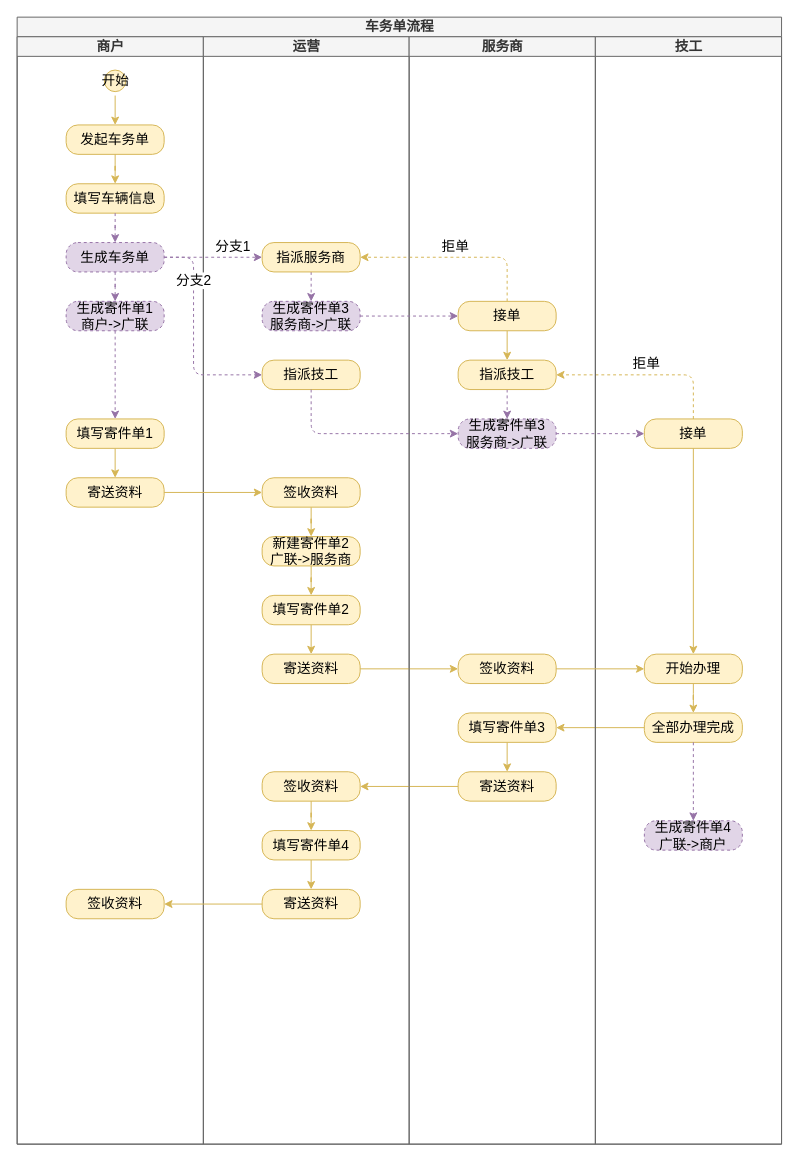
The draw.io diagram page "包活干-2.0.0" (2 of 2) of diagram-bao_huo_gan.drawio in Woobhurk/tyz-pic-repo, before the edit. Source tidied: cells renumbered, new cells numbered last; positions are measured from the earlier drawing's top-left corner, leaving out a move shared by most shapes. Both pictures are drawn from the tidied source at 98%, with x=0, y=0 at pixel (17, 17).
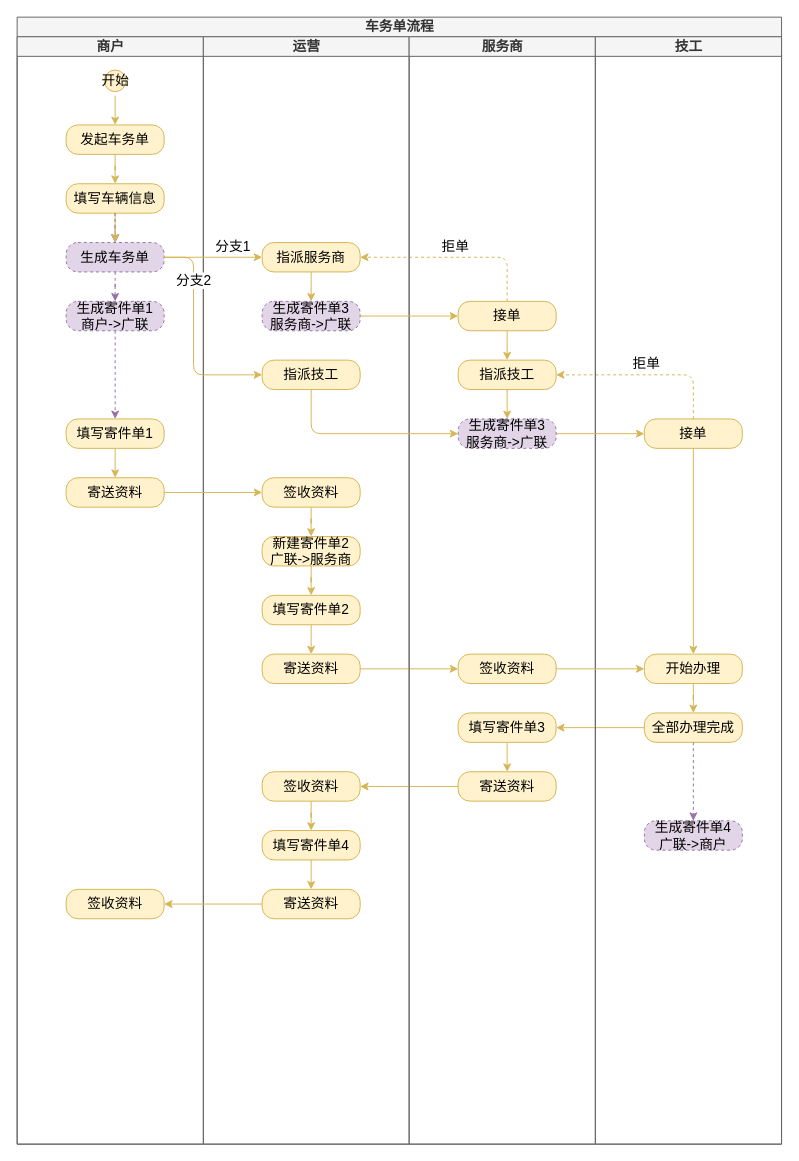
After the change.

Unchanged cells that the change refers to:
```xml
<mxCell id="2" value="车务单流程" style="swimlane;html=1;startSize=20;fontSize=14;fillColor=#f5f5f5;strokeColor=#666666;fontColor=#333333;" parent="1" vertex="1">
  <mxGeometry width="780" height="1150" as="geometry" />
</mxCell>
<mxCell id="10" value="生成车务单" style="rounded=1;whiteSpace=wrap;html=1;arcSize=40;sketch=0;fontSize=14;fillColor=#e1d5e7;strokeColor=#9673a6;dashed=1;" parent="3" vertex="1">
  <mxGeometry x="50" y="210" width="100" height="30" as="geometry" />
</mxCell>
<mxCell id="18" value="运营" style="swimlane;html=1;startSize=20;fontSize=14;fillColor=#f5f5f5;strokeColor=#666666;fontColor=#333333;" parent="2" vertex="1">
  <mxGeometry x="190" y="20" width="210" height="1130" as="geometry" />
</mxCell>
<mxCell id="20" value="指派服务商" style="rounded=1;whiteSpace=wrap;html=1;arcSize=40;sketch=0;fontSize=14;fillColor=#fff2cc;strokeColor=#d6b656;" parent="18" vertex="1">
  <mxGeometry x="60" y="210" width="100" height="30" as="geometry" />
</mxCell>
<mxCell id="21" value="生成寄件单3&lt;br&gt;服务商-&amp;gt;广联" style="whiteSpace=wrap;html=1;rounded=1;fontSize=14;arcSize=40;sketch=0;fillColor=#e1d5e7;strokeColor=#9673a6;dashed=1;" parent="18" vertex="1">
  <mxGeometry x="60" y="270" width="100" height="30" as="geometry" />
</mxCell>
<mxCell id="22" value="指派技工" style="rounded=1;whiteSpace=wrap;html=1;arcSize=40;sketch=0;fontSize=14;fillColor=#fff2cc;strokeColor=#d6b656;" parent="18" vertex="1">
  <mxGeometry x="60" y="330" width="100" height="30" as="geometry" />
</mxCell>
<mxCell id="42" value="服务商" style="swimlane;html=1;startSize=20;fontSize=14;fillColor=#f5f5f5;strokeColor=#666666;fontColor=#333333;" parent="2" vertex="1">
  <mxGeometry x="400" y="20" width="190" height="1130" as="geometry" />
</mxCell>
<mxCell id="44" value="接单" style="whiteSpace=wrap;html=1;rounded=1;fontSize=14;arcSize=40;sketch=0;fillColor=#fff2cc;strokeColor=#d6b656;" parent="42" vertex="1">
  <mxGeometry x="50" y="270" width="100" height="30" as="geometry" />
</mxCell>
<mxCell id="46" value="指派技工" style="whiteSpace=wrap;html=1;rounded=1;fontSize=14;arcSize=40;sketch=0;fillColor=#fff2cc;strokeColor=#d6b656;" parent="42" vertex="1">
  <mxGeometry x="50" y="330" width="100" height="30" as="geometry" />
</mxCell>
<mxCell id="47" value="生成寄件单3&lt;br&gt;服务商-&amp;gt;广联" style="whiteSpace=wrap;html=1;rounded=1;fontSize=14;arcSize=40;sketch=0;fillColor=#e1d5e7;strokeColor=#9673a6;dashed=1;" parent="42" vertex="1">
  <mxGeometry x="50" y="390" width="100" height="30" as="geometry" />
</mxCell>
<mxCell id="53" value="接单" style="whiteSpace=wrap;html=1;rounded=1;fontSize=14;arcSize=40;sketch=0;fillColor=#fff2cc;strokeColor=#d6b656;" parent="52" vertex="1">
  <mxGeometry x="50" y="390" width="100" height="30" as="geometry" />
</mxCell>
```

What changed in the source:
```diff
@@
+    <mxCell id="66" style="edgeStyle=orthogonalEdgeStyle;rounded=1;orthogonalLoop=1;jettySize=auto;html=1;fillColor=#e1d5e7;strokeColor=#9673a6;fontSize=14;verticalAlign=bottom;dashed=1;" parent="2" edge="1">
+      <mxGeometry relative="1" as="geometry">
+        <mxPoint x="100" y="200" as="sourcePoint" />
+        <mxPoint x="100" y="230" as="targetPoint" />
+      </mxGeometry>
+    </mxCell>
+    <mxCell id="67" style="edgeStyle=orthogonalEdgeStyle;rounded=1;orthogonalLoop=1;jettySize=auto;html=1;fillColor=#fff2cc;strokeColor=#d6b656;fontSize=14;verticalAlign=bottom;" parent="2" edge="1">
+      <mxGeometry relative="1" as="geometry">
+        <mxPoint x="100" y="200" as="sourcePoint" />
+        <mxPoint x="100" y="230" as="targetPoint" />
+      </mxGeometry>
+    </mxCell>
@@
-    <mxCell id="19" style="edgeStyle=orthogonalEdgeStyle;rounded=1;jettySize=auto;html=1;exitX=0.5;exitY=1;exitDx=0;exitDy=0;entryX=0.5;entryY=0;entryDx=0;entryDy=0;fillColor=#e1d5e7;strokeColor=#9673a6;fontSize=14;verticalAlign=bottom;dashed=1;" parent="18" edge="1" source="20" target="21">
+    <mxCell id="19" style="edgeStyle=orthogonalEdgeStyle;rounded=1;jettySize=auto;html=1;exitX=0.5;exitY=1;exitDx=0;exitDy=0;entryX=0.5;entryY=0;entryDx=0;entryDy=0;fillColor=#fff2cc;strokeColor=#d6b656;fontSize=14;verticalAlign=bottom;" parent="18" edge="1" source="20" target="21">
       <mxGeometry relative="1" as="geometry" />
     </mxCell>
@@
-    <mxCell id="45" style="edgeStyle=orthogonalEdgeStyle;rounded=1;jettySize=auto;html=1;exitX=0.5;exitY=1;exitDx=0;exitDy=0;entryX=0.5;entryY=0;entryDx=0;entryDy=0;fillColor=#e1d5e7;strokeColor=#9673a6;fontSize=14;verticalAlign=bottom;dashed=1;" parent="42" edge="1" source="46" target="47">
+    <mxCell id="45" style="edgeStyle=orthogonalEdgeStyle;rounded=1;jettySize=auto;html=1;exitX=0.5;exitY=1;exitDx=0;exitDy=0;entryX=0.5;entryY=0;entryDx=0;entryDy=0;fillColor=#fff2cc;strokeColor=#d6b656;fontSize=14;verticalAlign=bottom;" parent="42" edge="1" source="46" target="47">
       <mxGeometry relative="1" as="geometry" />
     </mxCell>
@@
-    <mxCell id="58" value="分支1" style="edgeStyle=orthogonalEdgeStyle;rounded=1;jettySize=auto;html=1;exitX=1;exitY=0.5;exitDx=0;exitDy=0;entryX=0;entryY=0.5;entryDx=0;entryDy=0;fillColor=#e1d5e7;strokeColor=#9673a6;fontSize=14;verticalAlign=bottom;dashed=1;" parent="2" edge="1" source="10" target="20">
+    <mxCell id="58" value="分支1" style="edgeStyle=orthogonalEdgeStyle;rounded=1;jettySize=auto;html=1;exitX=1;exitY=0.5;exitDx=0;exitDy=0;entryX=0;entryY=0.5;entryDx=0;entryDy=0;fillColor=#fff2cc;strokeColor=#d6b656;fontSize=14;verticalAlign=bottom;" parent="2" edge="1" source="10" target="20">
       <mxGeometry x="0.4" relative="1" as="geometry" />
     </mxCell>
-    <mxCell id="59" value="分支2" style="edgeStyle=orthogonalEdgeStyle;rounded=1;jettySize=auto;html=1;exitX=1;exitY=0.5;exitDx=0;exitDy=0;entryX=0;entryY=0.5;entryDx=0;entryDy=0;fillColor=#e1d5e7;strokeColor=#9673a6;fontSize=14;verticalAlign=bottom;dashed=1;" parent="2" edge="1" source="10" target="22">
+    <mxCell id="59" value="分支2" style="edgeStyle=orthogonalEdgeStyle;rounded=1;jettySize=auto;html=1;exitX=1;exitY=0.5;exitDx=0;exitDy=0;entryX=0;entryY=0.5;entryDx=0;entryDy=0;fillColor=#fff2cc;strokeColor=#d6b656;fontSize=14;verticalAlign=bottom;" parent="2" edge="1" source="10" target="22">
       <mxGeometry x="-0.41" relative="1" as="geometry">
         <Array as="points">
           <mxPoint x="180" y="245" />
           <mxPoint x="180" y="365" />
         </Array>
       </mxGeometry>
     </mxCell>
-    <mxCell id="60" style="edgeStyle=orthogonalEdgeStyle;rounded=1;jettySize=auto;html=1;exitX=1;exitY=0.5;exitDx=0;exitDy=0;entryX=0;entryY=0.5;entryDx=0;entryDy=0;fillColor=#e1d5e7;strokeColor=#9673a6;fontSize=14;verticalAlign=bottom;dashed=1;" parent="2" edge="1" source="21" target="44">
+    <mxCell id="60" style="edgeStyle=orthogonalEdgeStyle;rounded=1;jettySize=auto;html=1;exitX=1;exitY=0.5;exitDx=0;exitDy=0;entryX=0;entryY=0.5;entryDx=0;entryDy=0;fillColor=#fff2cc;strokeColor=#d6b656;fontSize=14;verticalAlign=bottom;" parent="2" edge="1" source="21" target="44">
       <mxGeometry relative="1" as="geometry" />
     </mxCell>
-    <mxCell id="61" style="edgeStyle=orthogonalEdgeStyle;rounded=1;jettySize=auto;html=1;exitX=1;exitY=0.5;exitDx=0;exitDy=0;entryX=0;entryY=0.5;entryDx=0;entryDy=0;fillColor=#e1d5e7;strokeColor=#9673a6;fontSize=14;verticalAlign=bottom;dashed=1;" parent="2" edge="1" source="47" target="53">
+    <mxCell id="61" style="edgeStyle=orthogonalEdgeStyle;rounded=1;jettySize=auto;html=1;exitX=1;exitY=0.5;exitDx=0;exitDy=0;entryX=0;entryY=0.5;entryDx=0;entryDy=0;fillColor=#fff2cc;strokeColor=#d6b656;fontSize=14;verticalAlign=bottom;" parent="2" edge="1" source="47" target="53">
       <mxGeometry relative="1" as="geometry" />
     </mxCell>
-    <mxCell id="62" style="edgeStyle=orthogonalEdgeStyle;rounded=1;jettySize=auto;html=1;exitX=0.5;exitY=1;exitDx=0;exitDy=0;entryX=0;entryY=0.5;entryDx=0;entryDy=0;fillColor=#e1d5e7;strokeColor=#9673a6;fontSize=14;verticalAlign=bottom;dashed=1;" parent="2" edge="1" source="22" target="47">
+    <mxCell id="62" style="edgeStyle=orthogonalEdgeStyle;rounded=1;jettySize=auto;html=1;exitX=0.5;exitY=1;exitDx=0;exitDy=0;entryX=0;entryY=0.5;entryDx=0;entryDy=0;fillColor=#fff2cc;strokeColor=#d6b656;fontSize=14;verticalAlign=bottom;" parent="2" edge="1" source="22" target="47">
       <mxGeometry relative="1" as="geometry" />
     </mxCell>
```
